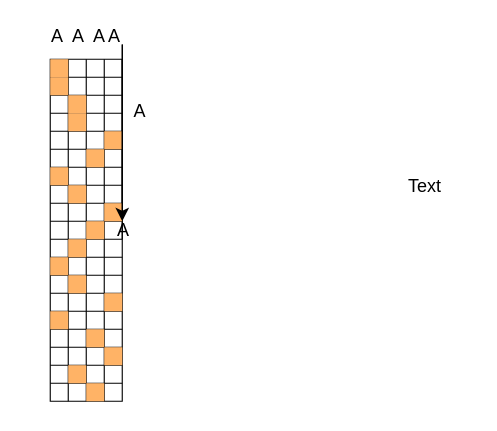
wanglinxiao/deep-learning keeps this draw.io diagram as 未命名绘图.drawio. Above is the earlier version. Source tidied: cells renumbered, new cells numbered last; positions are measured from the earlier drawing's top-left corner, leaving out a move shared by most shapes. Both pictures are drawn from the tidied source at 150%, with x=0, y=0 at pixel (50, 28).
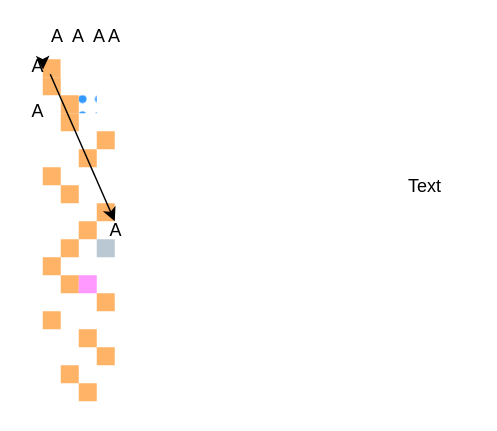
After the change.

Commit message (it also covers changes not shown here):
更新未命名绘图.drawio

The change refers to these unchanged cells:
```xml
<mxCell id="3" style="shape=tableRow;horizontal=0;startSize=0;swimlaneHead=0;swimlaneBody=0;strokeColor=inherit;top=0;left=0;bottom=0;right=0;fillColor=none;fontSize=16;" parent="2" vertex="1">
  <mxGeometry width="48" height="12" as="geometry" />
</mxCell>
<mxCell id="13" style="shape=tableRow;horizontal=0;startSize=0;swimlaneHead=0;swimlaneBody=0;strokeColor=inherit;top=0;left=0;bottom=0;right=0;fillColor=none;fontSize=16;" parent="2" vertex="1">
  <mxGeometry y="24" width="48" height="12" as="geometry" />
</mxCell>
<mxCell id="23" style="shape=tableRow;horizontal=0;startSize=0;swimlaneHead=0;swimlaneBody=0;strokeColor=inherit;top=0;left=0;bottom=0;right=0;fillColor=none;fontSize=16;" parent="2" vertex="1">
  <mxGeometry y="48" width="48" height="12" as="geometry" />
</mxCell>
<mxCell id="33" style="shape=tableRow;horizontal=0;startSize=0;swimlaneHead=0;swimlaneBody=0;strokeColor=inherit;top=0;left=0;bottom=0;right=0;fillColor=none;fontSize=16;" parent="2" vertex="1">
  <mxGeometry y="72" width="48" height="12" as="geometry" />
</mxCell>
<mxCell id="53" value="A" style="rounded=0;whiteSpace=wrap;html=1;strokeColor=none;" parent="48" vertex="1">
  <mxGeometry x="48" height="12" as="geometry" />
</mxCell>
<mxCell id="64" style="shape=tableRow;horizontal=0;startSize=0;swimlaneHead=0;swimlaneBody=0;strokeColor=inherit;top=0;left=0;bottom=0;right=0;fillColor=none;fontSize=16;" parent="2" vertex="1">
  <mxGeometry y="144" width="48" height="12" as="geometry" />
</mxCell>
<mxCell id="102" value="A" style="rounded=0;whiteSpace=wrap;html=1;strokeColor=none;" parent="1" vertex="1">
  <mxGeometry x="38" width="10" height="10" as="geometry" />
</mxCell>
```

Change to the diagram source:
```diff
@@
-    <mxCell id="2" style="shape=table;startSize=0;childLayout=tableLayout;fontSize=16;strokeWidth=0.75;strokeColor=default;" parent="1" vertex="1">
-      <mxGeometry y="20" width="48" height="228" as="geometry" />
+    <mxCell id="2" style="shape=table;startSize=0;childLayout=tableLayout;fontSize=16;strokeWidth=5;strokeColor=#FFFFFF;labelBorderColor=default;" parent="1" vertex="1">
+      <mxGeometry x="-5" y="20" width="48" height="228" as="geometry" />
     </mxCell>
@@
-    <mxCell id="5" style="shape=partialRectangle;html=1;whiteSpace=wrap;strokeColor=inherit;overflow=hidden;fillColor=none;top=0;left=0;bottom=0;right=0;fontSize=16;" parent="3" vertex="1">
+    <mxCell id="5" style="shape=partialRectangle;html=1;whiteSpace=wrap;strokeColor=default;overflow=hidden;fillColor=default;top=0;left=0;bottom=0;right=0;fontSize=16;" parent="3" vertex="1">
       <mxGeometry x="12" width="12" height="12" as="geometry" />
     </mxCell>
-    <mxCell id="6" style="shape=partialRectangle;html=1;whiteSpace=wrap;strokeColor=inherit;overflow=hidden;fillColor=none;top=0;left=0;bottom=0;right=0;fontSize=16;" parent="3" vertex="1">
+    <mxCell id="6" style="shape=partialRectangle;html=1;whiteSpace=wrap;strokeColor=default;overflow=hidden;fillColor=default;top=0;left=0;bottom=0;right=0;fontSize=16;" parent="3" vertex="1">
       <mxGeometry x="24" width="12" height="12" as="geometry" />
     </mxCell>
@@
-    <mxCell id="16" style="shape=partialRectangle;html=1;whiteSpace=wrap;strokeColor=inherit;overflow=hidden;fillColor=none;top=0;left=0;bottom=0;right=0;fontSize=16;" parent="13" vertex="1">
+    <mxCell id="16" style="shape=partialRectangle;html=1;whiteSpace=wrap;strokeColor=default;overflow=hidden;fillColor=#3399FF;top=0;left=0;bottom=0;right=0;fontSize=16;gradientColor=none;fillStyle=dots;" parent="13" vertex="1">
       <mxGeometry x="24" width="12" height="12" as="geometry" />
     </mxCell>
@@
-    <mxCell id="24" style="shape=partialRectangle;html=1;whiteSpace=wrap;strokeColor=inherit;overflow=hidden;fillColor=none;top=0;left=0;bottom=0;right=0;fontSize=16;" parent="23" vertex="1">
+    <mxCell id="24" style="shape=partialRectangle;html=1;whiteSpace=wrap;strokeColor=default;overflow=hidden;fillColor=none;top=0;left=0;bottom=0;right=0;fontSize=16;" parent="23" vertex="1">
       <mxGeometry width="12" height="12" as="geometry" />
     </mxCell>
@@
-    <mxCell id="37" style="shape=partialRectangle;html=1;whiteSpace=wrap;strokeColor=inherit;overflow=hidden;fillColor=none;top=0;left=0;bottom=0;right=0;fontSize=16;" parent="33" vertex="1">
+    <mxCell id="37" style="shape=partialRectangle;html=1;whiteSpace=wrap;strokeColor=inherit;overflow=hidden;fillColor=default;top=0;left=0;bottom=0;right=0;fontSize=16;fillStyle=cross-hatch;" parent="33" vertex="1">
       <mxGeometry x="36" width="12" height="12" as="geometry" />
     </mxCell>
@@
-    <mxCell id="54" style="shape=tableRow;horizontal=0;startSize=0;swimlaneHead=0;swimlaneBody=0;strokeColor=inherit;top=0;left=0;bottom=0;right=0;fillColor=none;fontSize=16;" parent="2" vertex="1">
+    <mxCell id="54" style="shape=tableRow;horizontal=0;startSize=0;swimlaneHead=0;swimlaneBody=0;strokeColor=default;top=0;left=0;bottom=0;right=0;fillColor=none;fontSize=16;" parent="2" vertex="1">
       <mxGeometry y="120" width="48" height="12" as="geometry" />
     </mxCell>
@@
-    <mxCell id="58" style="shape=partialRectangle;html=1;whiteSpace=wrap;strokeColor=inherit;overflow=hidden;fillColor=none;top=0;left=0;bottom=0;right=0;fontSize=16;" parent="54" vertex="1">
+    <mxCell id="58" style="shape=partialRectangle;html=1;whiteSpace=wrap;overflow=hidden;top=0;left=0;bottom=0;right=0;fontSize=16;fillStyle=solid;fillColor=#bac8d3;strokeColor=#000000;" parent="54" vertex="1">
       <mxGeometry x="36" width="12" height="12" as="geometry" />
     </mxCell>
@@
-    <mxCell id="67" style="shape=partialRectangle;html=1;whiteSpace=wrap;strokeColor=inherit;overflow=hidden;fillColor=none;top=0;left=0;bottom=0;right=0;fontSize=16;" parent="64" vertex="1">
+    <mxCell id="67" style="shape=partialRectangle;html=1;whiteSpace=wrap;strokeColor=default;overflow=hidden;fillColor=#FF99FF;top=0;left=0;bottom=0;right=0;fontSize=16;strokeWidth=4;perimeterSpacing=2;fixDash=0;" parent="64" vertex="1">
       <mxGeometry x="24" width="12" height="12" as="geometry" />
     </mxCell>
@@
-    <mxCell id="99" style="edgeStyle=orthogonalEdgeStyle;rounded=0;jettySize=auto;html=1;" parent="1" edge="1" source="102" target="53">
+    <mxCell id="99" style="edgeStyle=orthogonalEdgeStyle;rounded=0;jettySize=auto;html=1;" parent="1" edge="1" source="105" target="53">
       <mxGeometry relative="1" as="geometry" />
     </mxCell>
@@
     <mxCell id="105" value="A" style="text;strokeColor=none;align=center;fillColor=none;html=1;verticalAlign=middle;whiteSpace=wrap;rounded=0;" parent="1" vertex="1">
-      <mxGeometry x="30" y="40" width="60" height="30" as="geometry" />
+      <mxGeometry x="-16" y="20" width="16" height="10" as="geometry" />
     </mxCell>
+    <mxCell id="106" value="A" style="text;strokeColor=none;align=center;fillColor=none;html=1;verticalAlign=middle;whiteSpace=wrap;rounded=0;" parent="1" vertex="1">
+      <mxGeometry x="-16" y="50" width="16" height="10" as="geometry" />
+    </mxCell>
+    <mxCell id="107" style="edgeStyle=orthogonalEdgeStyle;rounded=0;orthogonalLoop=1;jettySize=auto;html=1;exitX=0;exitY=0;exitDx=0;exitDy=0;entryX=0.003;entryY=0.03;entryDx=0;entryDy=0;entryPerimeter=0;" parent="1" edge="1" source="2" target="2">
+      <mxGeometry relative="1" as="geometry" />
+    </mxCell>
```
